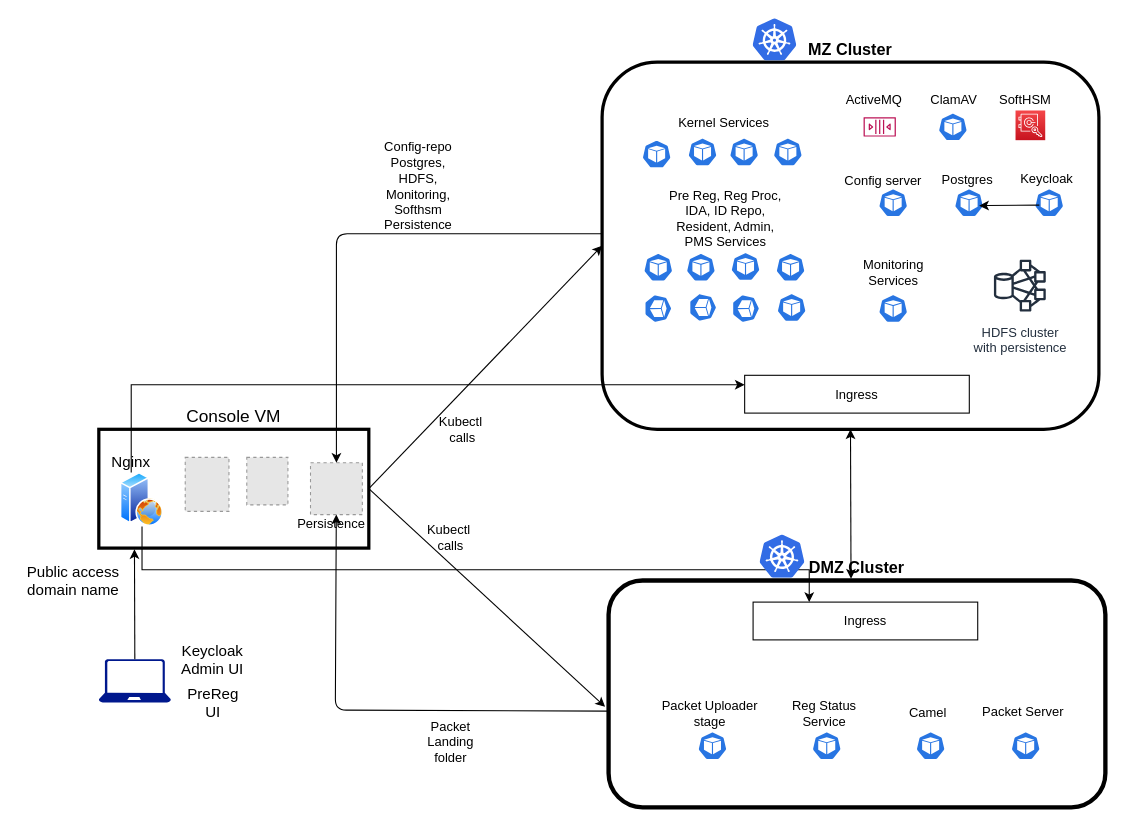
The draw.io diagram deployment/sandbox-v2/docs/sandbox_architecture.drawio in mosip/mosip-infra, before the edit. Source tidied: cells renumbered, new cells numbered last; positions are measured from the earlier drawing's top-left corner, leaving out a move shared by most shapes. Both pictures are drawn from the tidied source at 108%, with x=0, y=0 at pixel (18, 18). Pictures stored in the file or linked from it are replaced by grey dashed boxes.
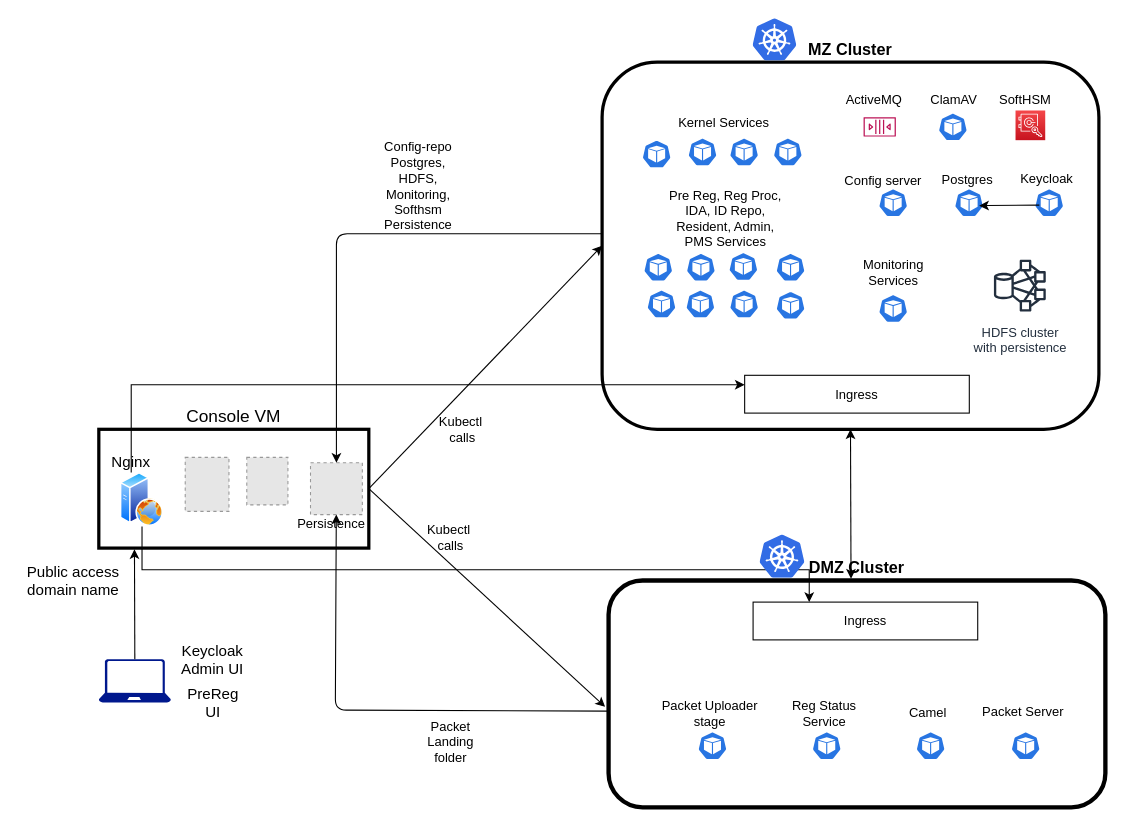
The same diagram, later.

Diff of the diagram source:
```diff
@@
     <mxCell id="33" style="html=1;dashed=0;whitespace=wrap;fillColor=#2875E2;strokeColor=#ffffff;shape=mxgraph.kubernetes.icon;prIcon=pod;fontSize=15;" parent="1" vertex="1">
-      <mxGeometry x="649.8" y="216.2" width="46" height="26" as="geometry" />
+      <mxGeometry x="647.8" y="216.2" width="46" height="26" as="geometry" />
     </mxCell>
@@
-    <mxCell id="36" style="html=1;dashed=0;whitespace=wrap;fillColor=#2875E2;strokeColor=#ffffff;shape=mxgraph.kubernetes.icon;prIcon=pod;fontSize=15;direction=south;" parent="1" vertex="1">
-      <mxGeometry x="579" y="250.2" width="26" height="36" as="geometry" />
-    </mxCell>
-    <mxCell id="37" style="html=1;dashed=0;whitespace=wrap;fillColor=#2875E2;strokeColor=#ffffff;shape=mxgraph.kubernetes.icon;prIcon=pod;fontSize=15;direction=south;" parent="1" vertex="1">
-      <mxGeometry x="620.5" y="244.2" width="26" height="46" as="geometry" />
-    </mxCell>
-    <mxCell id="38" style="html=1;dashed=0;whitespace=wrap;fillColor=#2875E2;strokeColor=#ffffff;shape=mxgraph.kubernetes.icon;prIcon=pod;fontSize=15;direction=south;" parent="1" vertex="1">
-      <mxGeometry x="660.2" y="245.2" width="26" height="46" as="geometry" />
-    </mxCell>
     <mxCell id="39" style="html=1;dashed=0;whitespace=wrap;fillColor=#2875E2;strokeColor=#ffffff;shape=mxgraph.kubernetes.icon;prIcon=pod;fontSize=15;" parent="1" vertex="1">
-      <mxGeometry x="692.5" y="254.2" width="46" height="26" as="geometry" />
+      <mxGeometry x="691.5" y="252.2" width="46" height="26" as="geometry" />
     </mxCell>
@@
+    <mxCell id="69" style="html=1;dashed=0;whitespace=wrap;fillColor=#2875E2;strokeColor=#ffffff;shape=mxgraph.kubernetes.icon;prIcon=pod;fontSize=15;" parent="1" vertex="1">
+      <mxGeometry x="577" y="251" width="36" height="26" as="geometry" />
+    </mxCell>
+    <mxCell id="70" style="html=1;dashed=0;whitespace=wrap;fillColor=#2875E2;strokeColor=#ffffff;shape=mxgraph.kubernetes.icon;prIcon=pod;fontSize=15;" parent="1" vertex="1">
+      <mxGeometry x="613" y="251" width="36" height="26" as="geometry" />
+    </mxCell>
+    <mxCell id="71" style="html=1;dashed=0;whitespace=wrap;fillColor=#2875E2;strokeColor=#ffffff;shape=mxgraph.kubernetes.icon;prIcon=pod;fontSize=15;" parent="1" vertex="1">
+      <mxGeometry x="653.5" y="251" width="36" height="26" as="geometry" />
+    </mxCell>
```
